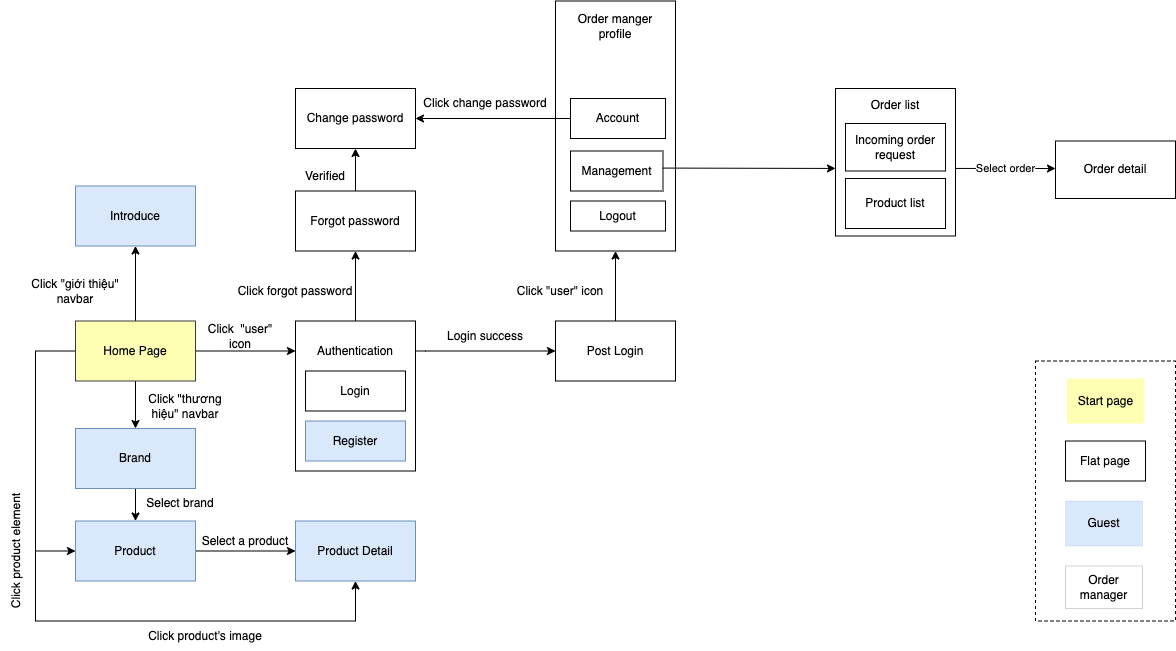
The draw.io diagram document/SRS/OrderManagerScreenFlow.drawio.png in QuocZuong/perfume-store, before a commit. Source tidied: cells renumbered, new cells last; positions are measured from the earlier drawing's top-left corner, leaving out a move shared by most shapes. Its diagram source:
```xml
<mxGraphModel>
  <root>
    <mxCell id="0" />
    <mxCell id="1" parent="0" />
    <mxCell id="2" style="edgeStyle=orthogonalEdgeStyle;rounded=0;jettySize=auto;html=1;entryX=0.5;entryY=0;entryDx=0;entryDy=0;" parent="1" edge="1" source="6" target="8">
      <mxGeometry relative="1" as="geometry" />
    </mxCell>
    <mxCell id="3" style="edgeStyle=orthogonalEdgeStyle;rounded=0;jettySize=auto;html=1;entryX=0;entryY=0.5;entryDx=0;entryDy=0;" parent="1" edge="1" source="6" target="10">
      <mxGeometry relative="1" as="geometry">
        <Array as="points">
          <mxPoint x="80" y="350.5" />
          <mxPoint x="80" y="550.5" />
        </Array>
      </mxGeometry>
    </mxCell>
    <mxCell id="4" style="edgeStyle=orthogonalEdgeStyle;rounded=0;jettySize=auto;html=1;" parent="1" edge="1" source="6">
      <mxGeometry relative="1" as="geometry">
        <mxPoint x="340" y="350.5" as="targetPoint" />
      </mxGeometry>
    </mxCell>
    <mxCell id="5" style="edgeStyle=orthogonalEdgeStyle;rounded=0;jettySize=auto;html=1;entryX=0.5;entryY=1;entryDx=0;entryDy=0;" parent="1" edge="1" source="6" target="13">
      <mxGeometry relative="1" as="geometry" />
    </mxCell>
    <mxCell id="6" value="Home Page" style="rounded=0;whiteSpace=wrap;html=1;fillColor=#FFFFB3;strokeColor=#36393d;" parent="1" vertex="1">
      <mxGeometry x="120" y="320.5" width="120" height="60" as="geometry" />
    </mxCell>
    <mxCell id="7" style="edgeStyle=orthogonalEdgeStyle;rounded=0;jettySize=auto;html=1;" parent="1" edge="1" source="8" target="10">
      <mxGeometry relative="1" as="geometry" />
    </mxCell>
    <mxCell id="8" value="Brand" style="rounded=0;whiteSpace=wrap;html=1;fillColor=#dae8fc;strokeColor=#6c8ebf;" parent="1" vertex="1">
      <mxGeometry x="120" y="428" width="120" height="60" as="geometry" />
    </mxCell>
    <mxCell id="9" style="edgeStyle=orthogonalEdgeStyle;rounded=0;jettySize=auto;html=1;entryX=0;entryY=0.5;entryDx=0;entryDy=0;" parent="1" edge="1" source="10" target="15">
      <mxGeometry relative="1" as="geometry" />
    </mxCell>
    <mxCell id="10" value="Product" style="rounded=0;whiteSpace=wrap;html=1;fillColor=#dae8fc;strokeColor=#6c8ebf;" parent="1" vertex="1">
      <mxGeometry x="120" y="520.5" width="120" height="60" as="geometry" />
    </mxCell>
    <mxCell id="11" style="edgeStyle=orthogonalEdgeStyle;rounded=0;jettySize=auto;html=1;entryX=0;entryY=0.5;entryDx=0;entryDy=0;" parent="1" edge="1" source="12" target="14">
      <mxGeometry relative="1" as="geometry">
        <Array as="points">
          <mxPoint x="470" y="350.5" />
          <mxPoint x="470" y="350.5" />
        </Array>
      </mxGeometry>
    </mxCell>
    <mxCell id="12" style="rounded=0;whiteSpace=wrap;html=1;" parent="1" vertex="1">
      <mxGeometry x="340" y="320.5" width="120" height="150" as="geometry" />
    </mxCell>
    <mxCell id="13" value="Introduce" style="rounded=0;whiteSpace=wrap;html=1;fillColor=#dae8fc;strokeColor=#6c8ebf;" parent="1" vertex="1">
      <mxGeometry x="120" y="185.5" width="120" height="60" as="geometry" />
    </mxCell>
    <mxCell id="14" value="Post Login" style="rounded=0;whiteSpace=wrap;html=1;" parent="1" vertex="1">
      <mxGeometry x="600" y="320.5" width="120" height="60" as="geometry" />
    </mxCell>
    <mxCell id="15" value="Product Detail" style="rounded=0;whiteSpace=wrap;html=1;fillColor=#dae8fc;strokeColor=#6c8ebf;" parent="1" vertex="1">
      <mxGeometry x="340" y="520.5" width="120" height="60" as="geometry" />
    </mxCell>
    <mxCell id="16" style="endArrow=none;html=1;rounded=0;" parent="1" edge="1">
      <mxGeometry relative="1" as="geometry">
        <mxPoint x="80" y="620.5" as="sourcePoint" />
        <mxPoint x="80" y="550.5" as="targetPoint" />
      </mxGeometry>
    </mxCell>
    <mxCell id="17" style="endArrow=classic;html=1;rounded=0;entryX=0.5;entryY=1;entryDx=0;entryDy=0;" parent="1" edge="1" target="15">
      <mxGeometry relative="1" as="geometry">
        <mxPoint x="80" y="620.5" as="sourcePoint" />
        <Array as="points">
          <mxPoint x="400" y="620.5" />
        </Array>
      </mxGeometry>
    </mxCell>
    <mxCell id="18" value="Forgot password" style="rounded=0;whiteSpace=wrap;html=1;" parent="1" vertex="1">
      <mxGeometry x="340" y="190.5" width="120" height="60" as="geometry" />
    </mxCell>
    <mxCell id="19" style="rounded=0;whiteSpace=wrap;html=1;" parent="1" vertex="1">
      <mxGeometry x="600" y="0.5" width="120" height="250" as="geometry" />
    </mxCell>
    <mxCell id="20" value="Order manger profile" style="text;html=1;strokeColor=none;fillColor=none;align=center;verticalAlign=middle;whiteSpace=wrap;rounded=0;" parent="1" vertex="1">
      <mxGeometry x="615" y="10.5" width="90" height="30" as="geometry" />
    </mxCell>
    <mxCell id="21" value="Account" style="rounded=0;whiteSpace=wrap;html=1;" parent="1" vertex="1">
      <mxGeometry x="615" y="98" width="95" height="40" as="geometry" />
    </mxCell>
    <mxCell id="22" style="endArrow=classic;html=1;rounded=0;exitX=0.5;exitY=0;exitDx=0;exitDy=0;entryX=0.5;entryY=1;entryDx=0;entryDy=0;" parent="1" edge="1" source="14" target="19">
      <mxGeometry relative="1" as="geometry" />
    </mxCell>
    <mxCell id="23" style="endArrow=classic;html=1;rounded=0;entryX=1;entryY=0.5;entryDx=0;entryDy=0;exitX=0;exitY=0.5;exitDx=0;exitDy=0;" parent="1" edge="1" source="21" target="24">
      <mxGeometry relative="1" as="geometry" />
    </mxCell>
    <mxCell id="24" value="Change password" style="rounded=0;whiteSpace=wrap;html=1;" parent="1" vertex="1">
      <mxGeometry x="340" y="88" width="120" height="60" as="geometry" />
    </mxCell>
    <mxCell id="25" style="endArrow=classic;html=1;rounded=0;exitX=0.5;exitY=0;exitDx=0;exitDy=0;entryX=0.5;entryY=1;entryDx=0;entryDy=0;" parent="1" edge="1" source="12" target="18">
      <mxGeometry relative="1" as="geometry" />
    </mxCell>
    <mxCell id="26" style="endArrow=classic;html=1;rounded=0;exitX=0.5;exitY=0;exitDx=0;exitDy=0;entryX=0.5;entryY=1;entryDx=0;entryDy=0;" parent="1" edge="1" source="18" target="24">
      <mxGeometry relative="1" as="geometry" />
    </mxCell>
    <mxCell id="27" value="Logout" style="rounded=0;whiteSpace=wrap;html=1;" parent="1" vertex="1">
      <mxGeometry x="615" y="200.5" width="95" height="30" as="geometry" />
    </mxCell>
    <mxCell id="28" value="Login" style="rounded=0;whiteSpace=wrap;html=1;" parent="1" vertex="1">
      <mxGeometry x="350" y="370.5" width="100" height="40" as="geometry" />
    </mxCell>
    <mxCell id="29" value="Register" style="rounded=0;whiteSpace=wrap;html=1;fillColor=#dae8fc;strokeColor=#6c8ebf;" parent="1" vertex="1">
      <mxGeometry x="350" y="420.5" width="100" height="40" as="geometry" />
    </mxCell>
    <mxCell id="30" value="Authentication" style="text;html=1;strokeColor=none;fillColor=none;align=center;verticalAlign=middle;whiteSpace=wrap;rounded=0;" parent="1" vertex="1">
      <mxGeometry x="370" y="335.5" width="60" height="30" as="geometry" />
    </mxCell>
    <mxCell id="31" value="Management" style="rounded=0;whiteSpace=wrap;html=1;" parent="1" vertex="1">
      <mxGeometry x="615" y="150.5" width="92.5" height="40" as="geometry" />
    </mxCell>
    <mxCell id="32" value="Click &quot;giới thiệu&quot; navbar" style="text;html=1;strokeColor=none;fillColor=none;align=center;verticalAlign=middle;whiteSpace=wrap;rounded=0;" parent="1" vertex="1">
      <mxGeometry x="60" y="275.5" width="120" height="30" as="geometry" />
    </mxCell>
    <mxCell id="33" value="Click &quot;thương hiệu&quot; navbar" style="text;html=1;strokeColor=none;fillColor=none;align=center;verticalAlign=middle;whiteSpace=wrap;rounded=0;" parent="1" vertex="1">
      <mxGeometry x="180" y="390.5" width="100" height="30" as="geometry" />
    </mxCell>
    <mxCell id="34" value="Select brand" style="text;html=1;strokeColor=none;fillColor=none;align=center;verticalAlign=middle;whiteSpace=wrap;rounded=0;" parent="1" vertex="1">
      <mxGeometry x="190" y="488" width="70" height="30" as="geometry" />
    </mxCell>
    <mxCell id="35" value="Click product element" style="text;html=1;strokeColor=none;fillColor=none;align=center;verticalAlign=middle;whiteSpace=wrap;rounded=0;rotation=-90;" parent="1" vertex="1">
      <mxGeometry y="535.5" width="120" height="30" as="geometry" />
    </mxCell>
    <mxCell id="36" value="Click product's image" style="text;html=1;strokeColor=none;fillColor=none;align=center;verticalAlign=middle;whiteSpace=wrap;rounded=0;" parent="1" vertex="1">
      <mxGeometry x="190" y="620.5" width="120" height="30" as="geometry" />
    </mxCell>
    <mxCell id="37" value="Select a product" style="text;html=1;strokeColor=none;fillColor=none;align=center;verticalAlign=middle;whiteSpace=wrap;rounded=0;" parent="1" vertex="1">
      <mxGeometry x="240" y="525.5" width="100" height="30" as="geometry" />
    </mxCell>
    <mxCell id="38" value="Click&amp;nbsp; &quot;user&quot; icon" style="text;html=1;strokeColor=none;fillColor=none;align=center;verticalAlign=middle;whiteSpace=wrap;rounded=0;" parent="1" vertex="1">
      <mxGeometry x="240" y="320.5" width="90" height="30" as="geometry" />
    </mxCell>
    <mxCell id="39" value="Click forgot password" style="text;html=1;strokeColor=none;fillColor=none;align=center;verticalAlign=middle;whiteSpace=wrap;rounded=0;" parent="1" vertex="1">
      <mxGeometry x="280" y="275.5" width="120" height="30" as="geometry" />
    </mxCell>
    <mxCell id="40" value="Verified" style="text;html=1;strokeColor=none;fillColor=none;align=center;verticalAlign=middle;whiteSpace=wrap;rounded=0;" parent="1" vertex="1">
      <mxGeometry x="340" y="160.5" width="60" height="30" as="geometry" />
    </mxCell>
    <mxCell id="41" value="Click change password" style="text;html=1;strokeColor=none;fillColor=none;align=center;verticalAlign=middle;whiteSpace=wrap;rounded=0;rotation=0;" parent="1" vertex="1">
      <mxGeometry x="460" y="88" width="140" height="30" as="geometry" />
    </mxCell>
    <mxCell id="42" value="Login success" style="text;html=1;strokeColor=none;fillColor=none;align=center;verticalAlign=middle;whiteSpace=wrap;rounded=0;" parent="1" vertex="1">
      <mxGeometry x="490" y="320.5" width="80" height="30" as="geometry" />
    </mxCell>
    <mxCell id="43" value="Click &quot;user&quot; icon" style="text;html=1;strokeColor=none;fillColor=none;align=center;verticalAlign=middle;whiteSpace=wrap;rounded=0;" parent="1" vertex="1">
      <mxGeometry x="560" y="275.5" width="90" height="30" as="geometry" />
    </mxCell>
    <mxCell id="44" style="rounded=0;whiteSpace=wrap;html=1;dashed=1;" parent="1" vertex="1">
      <mxGeometry x="1080" y="360.5" width="140" height="260" as="geometry" />
    </mxCell>
    <mxCell id="45" value="Guest" style="rounded=0;whiteSpace=wrap;html=1;dashed=1;strokeWidth=0;fillColor=#dae8fc;strokeColor=#6c8ebf;" parent="1" vertex="1">
      <mxGeometry x="1110" y="500.5" width="77" height="45" as="geometry" />
    </mxCell>
    <mxCell id="46" value="Order manager" style="rounded=0;whiteSpace=wrap;html=1;dashed=1;strokeWidth=0;" parent="1" vertex="1">
      <mxGeometry x="1110" y="565.5" width="77" height="42.5" as="geometry" />
    </mxCell>
    <mxCell id="47" value="Flat page" style="rounded=0;whiteSpace=wrap;html=1;strokeWidth=1;perimeterSpacing=1;" parent="1" vertex="1">
      <mxGeometry x="1110" y="440.5" width="80" height="40" as="geometry" />
    </mxCell>
    <mxCell id="48" value="Start page" style="rounded=0;whiteSpace=wrap;html=1;dashed=1;strokeWidth=0;fillColor=#FFFFB3;strokeColor=#FFFFB3;" parent="1" vertex="1">
      <mxGeometry x="1111.5" y="378" width="77" height="45" as="geometry" />
    </mxCell>
    <mxCell id="49" style="endArrow=classic;html=1;rounded=0;exitX=0.995;exitY=0.427;exitDx=0;exitDy=0;entryX=0;entryY=0.542;entryDx=0;entryDy=0;entryPerimeter=0;exitPerimeter=0;" parent="1" edge="1" source="31" target="50">
      <mxGeometry relative="1" as="geometry" />
    </mxCell>
    <mxCell id="50" value="Order list&lt;br&gt;&lt;br&gt;&lt;br&gt;&lt;br&gt;&lt;br&gt;&lt;br&gt;&lt;br&gt;&lt;br&gt;&lt;br&gt;" style="rounded=0;whiteSpace=wrap;html=1;" parent="1" vertex="1">
      <mxGeometry x="880" y="88" width="120" height="147.5" as="geometry" />
    </mxCell>
    <mxCell id="51" value="Product list" style="rounded=0;whiteSpace=wrap;html=1;" parent="1" vertex="1">
      <mxGeometry x="890" y="178" width="100" height="50" as="geometry" />
    </mxCell>
    <mxCell id="52" value="Incoming order request" style="rounded=0;whiteSpace=wrap;html=1;" parent="1" vertex="1">
      <mxGeometry x="890" y="123" width="100" height="47.5" as="geometry" />
    </mxCell>
    <mxCell id="53" value="Select order" style="endArrow=classic;html=1;rounded=0;exitX=1.003;exitY=0.542;exitDx=0;exitDy=0;exitPerimeter=0;" parent="1" edge="1" source="50">
      <mxGeometry relative="1" as="geometry">
        <mxPoint x="1100" y="168" as="targetPoint" />
        <Array as="points">
          <mxPoint x="1080" y="168" />
        </Array>
      </mxGeometry>
    </mxCell>
    <mxCell id="54" value="Order detail" style="rounded=0;whiteSpace=wrap;html=1;" parent="1" vertex="1">
      <mxGeometry x="1100" y="140.5" width="120" height="57.5" as="geometry" />
    </mxCell>
  </root>
</mxGraphModel>
```
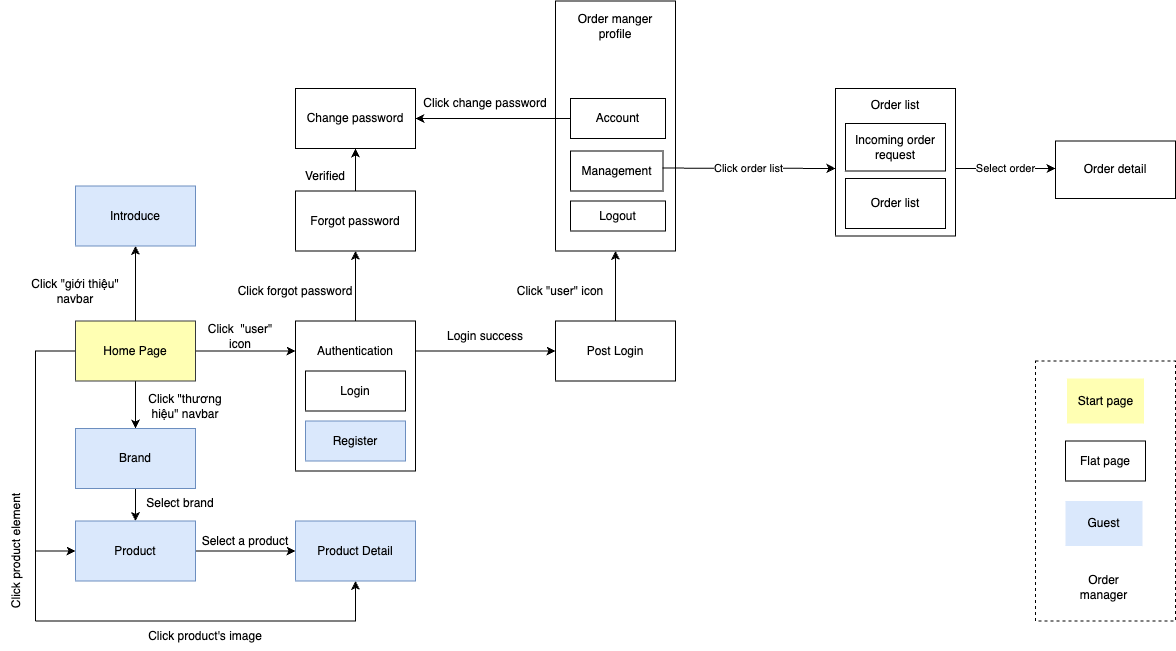
Above is the later version.

Commit message:
update screenflow for order manager

Diff of the diagram source:
```diff
@@ -163,13 +163,13 @@
     <mxCell id="48" value="Start page" style="rounded=0;whiteSpace=wrap;html=1;dashed=1;strokeWidth=0;fillColor=#FFFFB3;strokeColor=#FFFFB3;" parent="1" vertex="1">
       <mxGeometry x="1111.5" y="378" width="77" height="45" as="geometry" />
     </mxCell>
-    <mxCell id="49" style="endArrow=classic;html=1;rounded=0;exitX=0.995;exitY=0.427;exitDx=0;exitDy=0;entryX=0;entryY=0.542;entryDx=0;entryDy=0;entryPerimeter=0;exitPerimeter=0;" parent="1" edge="1" source="31" target="50">
+    <mxCell id="49" value="Click order list" style="endArrow=classic;html=1;rounded=0;exitX=0.995;exitY=0.427;exitDx=0;exitDy=0;entryX=0;entryY=0.542;entryDx=0;entryDy=0;entryPerimeter=0;exitPerimeter=0;" parent="1" edge="1" source="31" target="50">
       <mxGeometry relative="1" as="geometry" />
     </mxCell>
     <mxCell id="50" value="Order list&lt;br&gt;&lt;br&gt;&lt;br&gt;&lt;br&gt;&lt;br&gt;&lt;br&gt;&lt;br&gt;&lt;br&gt;&lt;br&gt;" style="rounded=0;whiteSpace=wrap;html=1;" parent="1" vertex="1">
       <mxGeometry x="880" y="88" width="120" height="147.5" as="geometry" />
     </mxCell>
-    <mxCell id="51" value="Product list" style="rounded=0;whiteSpace=wrap;html=1;" parent="1" vertex="1">
+    <mxCell id="51" value="Order list" style="rounded=0;whiteSpace=wrap;html=1;" parent="1" vertex="1">
       <mxGeometry x="890" y="178" width="100" height="50" as="geometry" />
     </mxCell>
     <mxCell id="52" value="Incoming order request" style="rounded=0;whiteSpace=wrap;html=1;" parent="1" vertex="1">
```
